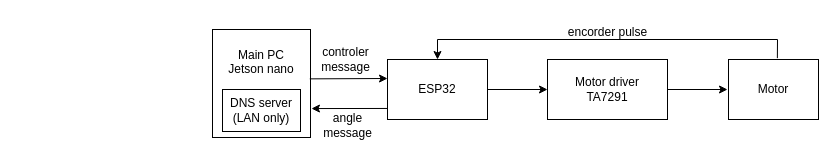
The draw.io diagram root-anchor.drawio in ariyama0503/root-anchor, before the edit. Source tidied: cells renumbered, new cells numbered last; positions are measured from the earlier drawing's top-left corner, leaving out a move shared by most shapes. Both pictures are drawn from the tidied source at 100%, with x=0, y=0 at pixel (212, 17).
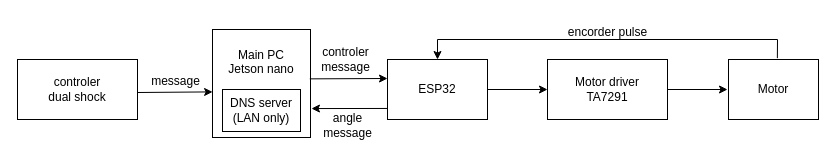
The same page after the edit.

Commit message (it also covers changes not shown here):
root-anchor.drawio を更新します

The edit, as a diff of the source:
```diff
@@
+    <mxCell id="17" value="controler&lt;br&gt;dual shock" style="rounded=0;whiteSpace=wrap;html=1;" parent="1" vertex="1">
+      <mxGeometry x="-195" y="42" width="120" height="60" as="geometry" />
+    </mxCell>
+    <mxCell id="18" style="endArrow=classic;html=1;rounded=0;entryX=0.001;entryY=0.559;entryDx=0;entryDy=0;entryPerimeter=0;" parent="1" edge="1">
+      <mxGeometry relative="1" as="geometry">
+        <mxPoint x="-75" y="75" as="sourcePoint" />
+        <mxPoint x="0.1" y="74.4" as="targetPoint" />
+      </mxGeometry>
+    </mxCell>
+    <mxCell id="19" value="message" style="text;html=1;align=center;verticalAlign=middle;strokeColor=none;fillColor=none;" parent="1" vertex="1">
+      <mxGeometry x="-72" y="49" width="70" height="30" as="geometry" />
+    </mxCell>
```
